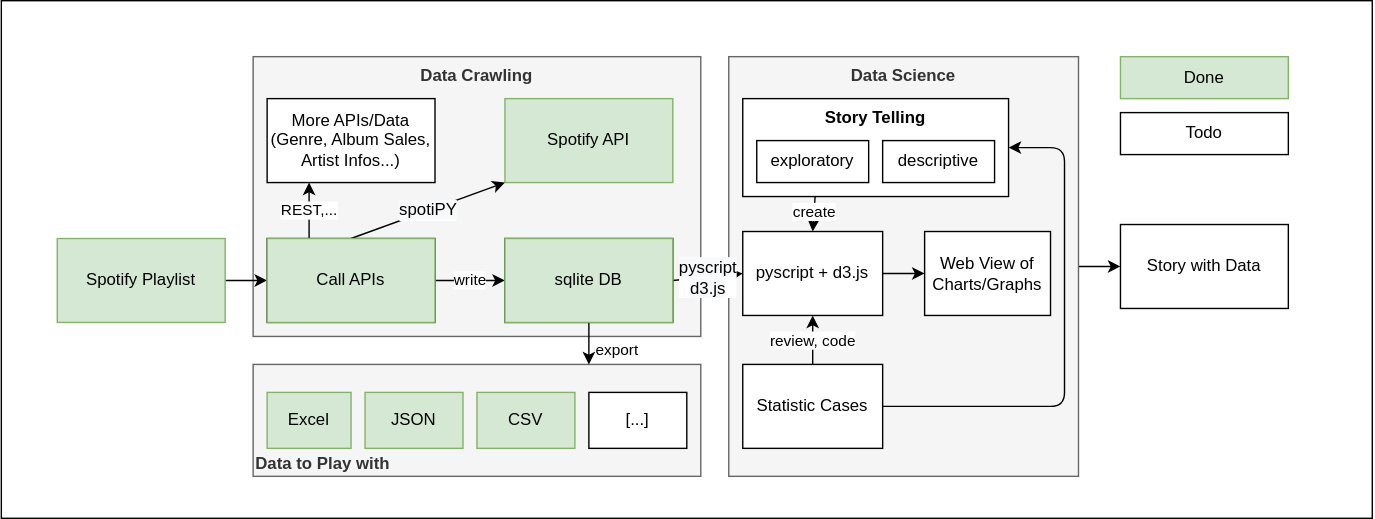
The draw.io diagram api/spotify/overview.drawio.svg in FullByte/scripts, before a commit. Source tidied: cells renumbered, new cells last; positions are measured from the earlier drawing's top-left corner, leaving out a move shared by most shapes.
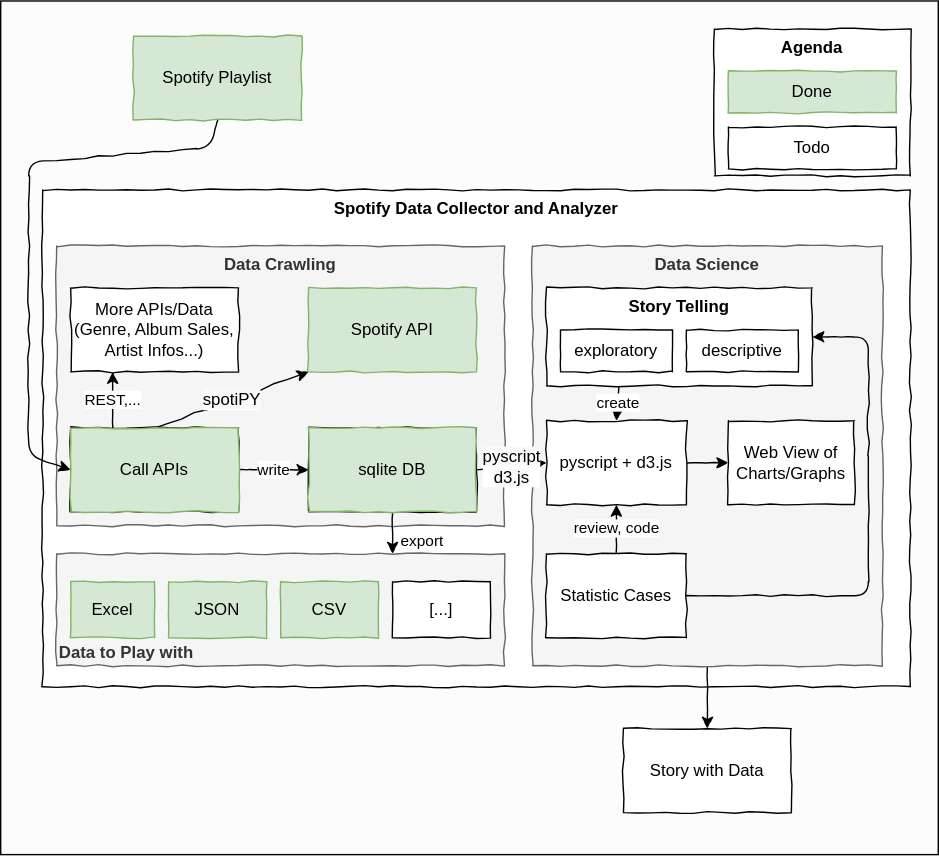
Later version of the same file.

What changed in the source:
```diff
@@ -2,66 +2,72 @@
   <root>
     <mxCell id="0" />
     <mxCell id="1" parent="0" />
+    <mxCell id="38" style="rounded=0;whiteSpace=wrap;html=1;fillColor=#FCFCFC;" parent="1" vertex="1">
+      <mxGeometry x="140" y="-135" width="670" height="610" as="geometry" />
+    </mxCell>
+    <mxCell id="39" value="Agenda" style="rounded=0;whiteSpace=wrap;html=1;verticalAlign=top;fontStyle=1;comic=1;" parent="1" vertex="1">
+      <mxGeometry x="650" y="-115" width="140" height="105" as="geometry" />
+    </mxCell>
-    <mxCell id="2" style="rounded=0;whiteSpace=wrap;html=1;" parent="1" vertex="1">
-      <mxGeometry width="980" height="370" as="geometry" />
+    <mxCell id="2" value="Spotify Data Collector and Analyzer" style="rounded=0;whiteSpace=wrap;html=1;fontStyle=1;verticalAlign=top;comic=1;" parent="1" vertex="1">
+      <mxGeometry x="170" width="620" height="355" as="geometry" />
     </mxCell>
-    <mxCell id="3" value="Data to Play with" style="rounded=0;whiteSpace=wrap;html=1;verticalAlign=bottom;fontStyle=1;align=left;fillColor=#f5f5f5;strokeColor=#666666;fontColor=#333333;" parent="1" vertex="1">
+    <mxCell id="3" value="Data to Play with" style="rounded=0;whiteSpace=wrap;html=1;verticalAlign=bottom;fontStyle=1;align=left;fillColor=#f5f5f5;strokeColor=#666666;fontColor=#333333;comic=1;" parent="1" vertex="1">
       <mxGeometry x="180" y="260" width="320" height="80" as="geometry" />
     </mxCell>
-    <mxCell id="4" value="Data Crawling" style="rounded=0;whiteSpace=wrap;html=1;verticalAlign=top;fontStyle=1;fillColor=#f5f5f5;strokeColor=#666666;fontColor=#333333;" parent="1" vertex="1">
+    <mxCell id="4" value="Data Crawling" style="rounded=0;whiteSpace=wrap;html=1;verticalAlign=top;fontStyle=1;fillColor=#f5f5f5;strokeColor=#666666;fontColor=#333333;comic=1;" parent="1" vertex="1">
       <mxGeometry x="180" y="40" width="320" height="200" as="geometry" />
     </mxCell>
-    <mxCell id="5" style="edgeStyle=none;html=1;entryX=0;entryY=0.5;entryDx=0;entryDy=0;" parent="1" edge="1" source="6" target="30">
+    <mxCell id="5" style="edgeStyle=none;html=1;entryX=0.5;entryY=0;entryDx=0;entryDy=0;comic=1;" parent="1" edge="1" source="6" target="30">
       <mxGeometry relative="1" as="geometry" />
     </mxCell>
-    <mxCell id="6" value="Data Science" style="rounded=0;whiteSpace=wrap;html=1;verticalAlign=top;fontStyle=1;fillColor=#f5f5f5;strokeColor=#666666;fontColor=#333333;" parent="1" vertex="1">
+    <mxCell id="6" value="Data Science" style="rounded=0;whiteSpace=wrap;html=1;verticalAlign=top;fontStyle=1;fillColor=#f5f5f5;strokeColor=#666666;fontColor=#333333;comic=1;" parent="1" vertex="1">
       <mxGeometry x="520" y="40" width="250" height="300" as="geometry" />
     </mxCell>
-    <mxCell id="7" value="Spotify API" style="rounded=0;whiteSpace=wrap;html=1;fillColor=#d5e8d4;strokeColor=#82b366;" parent="1" vertex="1">
+    <mxCell id="7" value="Spotify API" style="rounded=0;whiteSpace=wrap;html=1;fillColor=#d5e8d4;strokeColor=#82b366;comic=1;" parent="1" vertex="1">
       <mxGeometry x="360" y="70" width="120" height="60" as="geometry" />
     </mxCell>
-    <mxCell id="8" style="edgeStyle=none;html=1;entryX=0.75;entryY=0;entryDx=0;entryDy=0;exitX=0.5;exitY=1;exitDx=0;exitDy=0;" parent="1" edge="1" source="34" target="3">
+    <mxCell id="8" style="edgeStyle=none;html=1;entryX=0.75;entryY=0;entryDx=0;entryDy=0;exitX=0.5;exitY=1;exitDx=0;exitDy=0;comic=1;" parent="1" edge="1" source="34" target="3">
       <mxGeometry relative="1" as="geometry" />
     </mxCell>
-    <mxCell id="9" value="export" style="edgeLabel;html=1;align=center;verticalAlign=middle;" parent="8" vertex="1">
+    <mxCell id="9" value="export" style="edgeLabel;html=1;align=center;verticalAlign=middle;comic=1;" parent="8" vertex="1">
       <mxGeometry x="-0.32" relative="1" as="geometry">
         <mxPoint x="20" y="10" as="offset" />
       </mxGeometry>
     </mxCell>
-    <mxCell id="10" value="&lt;span style=&quot;color: rgb(0 , 0 , 0) ; font-family: &amp;#34;helvetica&amp;#34; ; font-size: 12px ; font-style: normal ; font-weight: 400 ; letter-spacing: normal ; text-align: center ; text-indent: 0px ; text-transform: none ; word-spacing: 0px ; background-color: rgb(248 , 249 , 250) ; display: inline ; float: none&quot;&gt;pyscript&lt;br&gt;d3.js&lt;/span&gt;" style="edgeStyle=none;html=1;entryX=0;entryY=0.5;entryDx=0;entryDy=0;exitX=1;exitY=0.5;exitDx=0;exitDy=0;" parent="1" edge="1" source="12" target="14">
+    <mxCell id="10" value="&lt;span style=&quot;color: rgb(0 , 0 , 0) ; font-family: &amp;#34;helvetica&amp;#34; ; font-size: 12px ; font-style: normal ; font-weight: 400 ; letter-spacing: normal ; text-align: center ; text-indent: 0px ; text-transform: none ; word-spacing: 0px ; background-color: rgb(248 , 249 , 250) ; display: inline ; float: none&quot;&gt;pyscript&lt;br&gt;d3.js&lt;/span&gt;" style="edgeStyle=none;html=1;entryX=0;entryY=0.5;entryDx=0;entryDy=0;exitX=1;exitY=0.5;exitDx=0;exitDy=0;comic=1;" parent="1" edge="1" source="12" target="14">
       <mxGeometry relative="1" as="geometry" />
     </mxCell>
-    <mxCell id="11" value="&lt;span style=&quot;font-size: 12px ; background-color: rgb(248 , 249 , 250)&quot;&gt;spotiPY&lt;/span&gt;" style="edgeStyle=none;html=1;entryX=0;entryY=1;entryDx=0;entryDy=0;exitX=0.5;exitY=0;exitDx=0;exitDy=0;" parent="1" edge="1" source="27" target="7">
+    <mxCell id="11" value="&lt;span style=&quot;font-size: 12px ; background-color: rgb(248 , 249 , 250)&quot;&gt;spotiPY&lt;/span&gt;" style="edgeStyle=none;html=1;entryX=0;entryY=1;entryDx=0;entryDy=0;exitX=0.5;exitY=0;exitDx=0;exitDy=0;comic=1;" parent="1" edge="1" source="27" target="7">
       <mxGeometry relative="1" as="geometry" />
     </mxCell>
-    <mxCell id="12" value="sqlite DB" style="rounded=0;whiteSpace=wrap;html=1;" parent="1" vertex="1">
+    <mxCell id="12" value="sqlite DB" style="rounded=0;whiteSpace=wrap;html=1;comic=1;" parent="1" vertex="1">
       <mxGeometry x="360" y="170" width="120" height="60" as="geometry" />
     </mxCell>
-    <mxCell id="13" style="edgeStyle=none;html=1;entryX=0;entryY=0.5;entryDx=0;entryDy=0;" parent="1" edge="1" source="14" target="15">
+    <mxCell id="13" style="edgeStyle=none;html=1;entryX=0;entryY=0.5;entryDx=0;entryDy=0;comic=1;" parent="1" edge="1" source="14" target="15">
       <mxGeometry relative="1" as="geometry" />
     </mxCell>
-    <mxCell id="14" value="pyscript + d3.js" style="rounded=0;whiteSpace=wrap;html=1;" parent="1" vertex="1">
+    <mxCell id="14" value="pyscript + d3.js" style="rounded=0;whiteSpace=wrap;html=1;comic=1;" parent="1" vertex="1">
       <mxGeometry x="530" y="165" width="100" height="60" as="geometry" />
     </mxCell>
-    <mxCell id="15" value="Web View of &lt;br&gt;Charts/Graphs" style="rounded=0;whiteSpace=wrap;html=1;" parent="1" vertex="1">
+    <mxCell id="15" value="Web View of &lt;br&gt;Charts/Graphs" style="rounded=0;whiteSpace=wrap;html=1;comic=1;" parent="1" vertex="1">
       <mxGeometry x="660" y="165" width="90" height="60" as="geometry" />
     </mxCell>
-    <mxCell id="16" value="More APIs/Data&lt;br&gt;(Genre, Album Sales, Artist Infos...)" style="rounded=0;whiteSpace=wrap;html=1;" parent="1" vertex="1">
+    <mxCell id="16" value="More APIs/Data&lt;br&gt;(Genre, Album Sales, Artist Infos...)" style="rounded=0;whiteSpace=wrap;html=1;comic=1;" parent="1" vertex="1">
       <mxGeometry x="190" y="70" width="120" height="60" as="geometry" />
     </mxCell>
-    <mxCell id="17" value="create" style="edgeStyle=none;html=1;entryX=0.5;entryY=0;entryDx=0;entryDy=0;exitX=0.273;exitY=0.971;exitDx=0;exitDy=0;exitPerimeter=0;" parent="1" edge="1" source="18" target="14">
+    <mxCell id="17" value="create" style="edgeStyle=none;html=1;entryX=0.5;entryY=0;entryDx=0;entryDy=0;exitX=0.273;exitY=0.971;exitDx=0;exitDy=0;exitPerimeter=0;comic=1;" parent="1" edge="1" source="18" target="14">
       <mxGeometry relative="1" as="geometry" />
     </mxCell>
-    <mxCell id="18" value="Story Telling" style="rounded=0;whiteSpace=wrap;html=1;verticalAlign=top;fontStyle=1;" parent="1" vertex="1">
+    <mxCell id="18" value="Story Telling" style="rounded=0;whiteSpace=wrap;html=1;verticalAlign=top;fontStyle=1;comic=1;" parent="1" vertex="1">
       <mxGeometry x="530" y="70" width="190" height="70" as="geometry" />
     </mxCell>
-    <mxCell id="19" value="exploratory&amp;nbsp;" style="rounded=0;whiteSpace=wrap;html=1;" parent="1" vertex="1">
+    <mxCell id="19" value="exploratory&amp;nbsp;" style="rounded=0;whiteSpace=wrap;html=1;comic=1;" parent="1" vertex="1">
       <mxGeometry x="540" y="100" width="80" height="30" as="geometry" />
     </mxCell>
-    <mxCell id="20" value="review, code" style="edgeStyle=none;html=1;entryX=0.5;entryY=1;entryDx=0;entryDy=0;" parent="1" edge="1" source="22" target="14">
+    <mxCell id="20" value="review, code" style="edgeStyle=none;html=1;entryX=0.5;entryY=1;entryDx=0;entryDy=0;comic=1;" parent="1" edge="1" source="22" target="14">
       <mxGeometry relative="1" as="geometry" />
     </mxCell>
-    <mxCell id="21" style="edgeStyle=none;html=1;entryX=1;entryY=0.5;entryDx=0;entryDy=0;exitX=1;exitY=0.5;exitDx=0;exitDy=0;" parent="1" edge="1" source="22" target="18">
+    <mxCell id="21" style="edgeStyle=none;html=1;entryX=1;entryY=0.5;entryDx=0;entryDy=0;exitX=1;exitY=0.5;exitDx=0;exitDy=0;comic=1;" parent="1" edge="1" source="22" target="18">
       <mxGeometry relative="1" as="geometry">
         <Array as="points">
           <mxPoint x="760" y="290" />
@@ -70,60 +76,66 @@
         </Array>
       </mxGeometry>
     </mxCell>
-    <mxCell id="22" value="Statistic Cases" style="rounded=0;whiteSpace=wrap;html=1;" parent="1" vertex="1">
+    <mxCell id="22" value="Statistic Cases" style="rounded=0;whiteSpace=wrap;html=1;comic=1;" parent="1" vertex="1">
       <mxGeometry x="530" y="260" width="100" height="60" as="geometry" />
     </mxCell>
-    <mxCell id="23" value="descriptive&amp;nbsp;" style="rounded=0;whiteSpace=wrap;html=1;" parent="1" vertex="1">
+    <mxCell id="23" value="descriptive&amp;nbsp;" style="rounded=0;whiteSpace=wrap;html=1;comic=1;" parent="1" vertex="1">
       <mxGeometry x="630" y="100" width="80" height="30" as="geometry" />
     </mxCell>
-    <mxCell id="24" value="[...]" style="rounded=0;whiteSpace=wrap;html=1;" parent="1" vertex="1">
+    <mxCell id="24" value="[...]" style="rounded=0;whiteSpace=wrap;html=1;comic=1;" parent="1" vertex="1">
       <mxGeometry x="420" y="280" width="70" height="40" as="geometry" />
     </mxCell>
-    <mxCell id="25" value="write" style="edgeStyle=none;html=1;entryX=0;entryY=0.5;entryDx=0;entryDy=0;" parent="1" edge="1" source="27" target="12">
+    <mxCell id="25" value="write" style="edgeStyle=none;html=1;entryX=0;entryY=0.5;entryDx=0;entryDy=0;comic=1;" parent="1" edge="1" source="27" target="12">
       <mxGeometry relative="1" as="geometry">
         <Array as="points">
           <mxPoint x="330" y="200" />
         </Array>
       </mxGeometry>
     </mxCell>
-    <mxCell id="26" value="REST,..." style="edgeStyle=none;html=1;entryX=0.25;entryY=1;entryDx=0;entryDy=0;exitX=0.25;exitY=0;exitDx=0;exitDy=0;" parent="1" edge="1" source="27" target="16">
+    <mxCell id="26" value="REST,..." style="edgeStyle=none;html=1;entryX=0.25;entryY=1;entryDx=0;entryDy=0;exitX=0.25;exitY=0;exitDx=0;exitDy=0;comic=1;" parent="1" edge="1" source="27" target="16">
       <mxGeometry relative="1" as="geometry">
         <Array as="points">
           <mxPoint x="220" y="140" />
         </Array>
       </mxGeometry>
     </mxCell>
-    <mxCell id="27" value="Call APIs" style="rounded=0;whiteSpace=wrap;html=1;" parent="1" vertex="1">
+    <mxCell id="27" value="Call APIs" style="rounded=0;whiteSpace=wrap;html=1;comic=1;" parent="1" vertex="1">
       <mxGeometry x="190" y="170" width="120" height="60" as="geometry" />
     </mxCell>
-    <mxCell id="28" style="edgeStyle=none;html=1;" parent="1" edge="1" source="29" target="27">
-      <mxGeometry relative="1" as="geometry" />
+    <mxCell id="28" style="edgeStyle=none;html=1;entryX=0;entryY=0.5;entryDx=0;entryDy=0;exitX=0.5;exitY=1;exitDx=0;exitDy=0;comic=1;" parent="1" edge="1" source="29" target="35">
+      <mxGeometry relative="1" as="geometry">
+        <Array as="points">
+          <mxPoint x="290" y="-30" />
+          <mxPoint x="160" y="-20" />
+          <mxPoint x="160" y="190" />
+        </Array>
+      </mxGeometry>
     </mxCell>
-    <mxCell id="29" value="Spotify Playlist" style="rounded=0;whiteSpace=wrap;html=1;fillColor=#d5e8d4;strokeColor=#82b366;" parent="1" vertex="1">
-      <mxGeometry x="40" y="170" width="120" height="60" as="geometry" />
+    <mxCell id="29" value="Spotify Playlist" style="rounded=0;whiteSpace=wrap;html=1;fillColor=#d5e8d4;strokeColor=#82b366;comic=1;" parent="1" vertex="1">
+      <mxGeometry x="235" y="-110" width="120" height="60" as="geometry" />
     </mxCell>
-    <mxCell id="30" value="Story with Data" style="rounded=0;whiteSpace=wrap;html=1;" parent="1" vertex="1">
-      <mxGeometry x="800" y="160" width="120" height="60" as="geometry" />
+    <mxCell id="30" value="Story with Data" style="rounded=0;whiteSpace=wrap;html=1;comic=1;" parent="1" vertex="1">
+      <mxGeometry x="585" y="385" width="120" height="60" as="geometry" />
     </mxCell>
-    <mxCell id="31" value="Todo" style="rounded=0;whiteSpace=wrap;html=1;" parent="1" vertex="1">
-      <mxGeometry x="800" y="80" width="120" height="30" as="geometry" />
+    <mxCell id="31" value="Todo" style="rounded=0;whiteSpace=wrap;html=1;comic=1;" parent="1" vertex="1">
+      <mxGeometry x="660" y="-45" width="120" height="30" as="geometry" />
     </mxCell>
-    <mxCell id="32" value="Excel" style="rounded=0;whiteSpace=wrap;html=1;fillColor=#d5e8d4;strokeColor=#82b366;" parent="1" vertex="1">
+    <mxCell id="32" value="Excel" style="rounded=0;whiteSpace=wrap;html=1;fillColor=#d5e8d4;strokeColor=#82b366;comic=1;" parent="1" vertex="1">
       <mxGeometry x="190" y="280" width="60" height="40" as="geometry" />
     </mxCell>
-    <mxCell id="33" value="JSON" style="rounded=0;whiteSpace=wrap;html=1;fillColor=#d5e8d4;strokeColor=#82b366;" parent="1" vertex="1">
+    <mxCell id="33" value="JSON" style="rounded=0;whiteSpace=wrap;html=1;fillColor=#d5e8d4;strokeColor=#82b366;comic=1;" parent="1" vertex="1">
       <mxGeometry x="260" y="280" width="70" height="40" as="geometry" />
     </mxCell>
-    <mxCell id="34" value="sqlite DB" style="rounded=0;whiteSpace=wrap;html=1;fillColor=#d5e8d4;strokeColor=#82b366;" parent="1" vertex="1">
+    <mxCell id="34" value="sqlite DB" style="rounded=0;whiteSpace=wrap;html=1;fillColor=#d5e8d4;strokeColor=#82b366;comic=1;" parent="1" vertex="1">
       <mxGeometry x="360" y="170" width="120" height="60" as="geometry" />
     </mxCell>
-    <mxCell id="35" value="Call APIs" style="rounded=0;whiteSpace=wrap;html=1;fillColor=#d5e8d4;strokeColor=#82b366;" parent="1" vertex="1">
+    <mxCell id="35" value="Call APIs" style="rounded=0;whiteSpace=wrap;html=1;fillColor=#d5e8d4;strokeColor=#82b366;comic=1;" parent="1" vertex="1">
       <mxGeometry x="190" y="170" width="120" height="60" as="geometry" />
     </mxCell>
-    <mxCell id="36" value="Done" style="rounded=0;whiteSpace=wrap;html=1;fillColor=#d5e8d4;strokeColor=#82b366;" parent="1" vertex="1">
-      <mxGeometry x="800" y="40" width="120" height="30" as="geometry" />
+    <mxCell id="36" value="Done" style="rounded=0;whiteSpace=wrap;html=1;fillColor=#d5e8d4;strokeColor=#82b366;comic=1;" parent="1" vertex="1">
+      <mxGeometry x="660" y="-85" width="120" height="30" as="geometry" />
     </mxCell>
-    <mxCell id="37" value="CSV" style="rounded=0;whiteSpace=wrap;html=1;fillColor=#d5e8d4;strokeColor=#82b366;" parent="1" vertex="1">
+    <mxCell id="37" value="CSV" style="rounded=0;whiteSpace=wrap;html=1;fillColor=#d5e8d4;strokeColor=#82b366;comic=1;" parent="1" vertex="1">
       <mxGeometry x="340" y="280" width="70" height="40" as="geometry" />
     </mxCell>
   </root>
```
